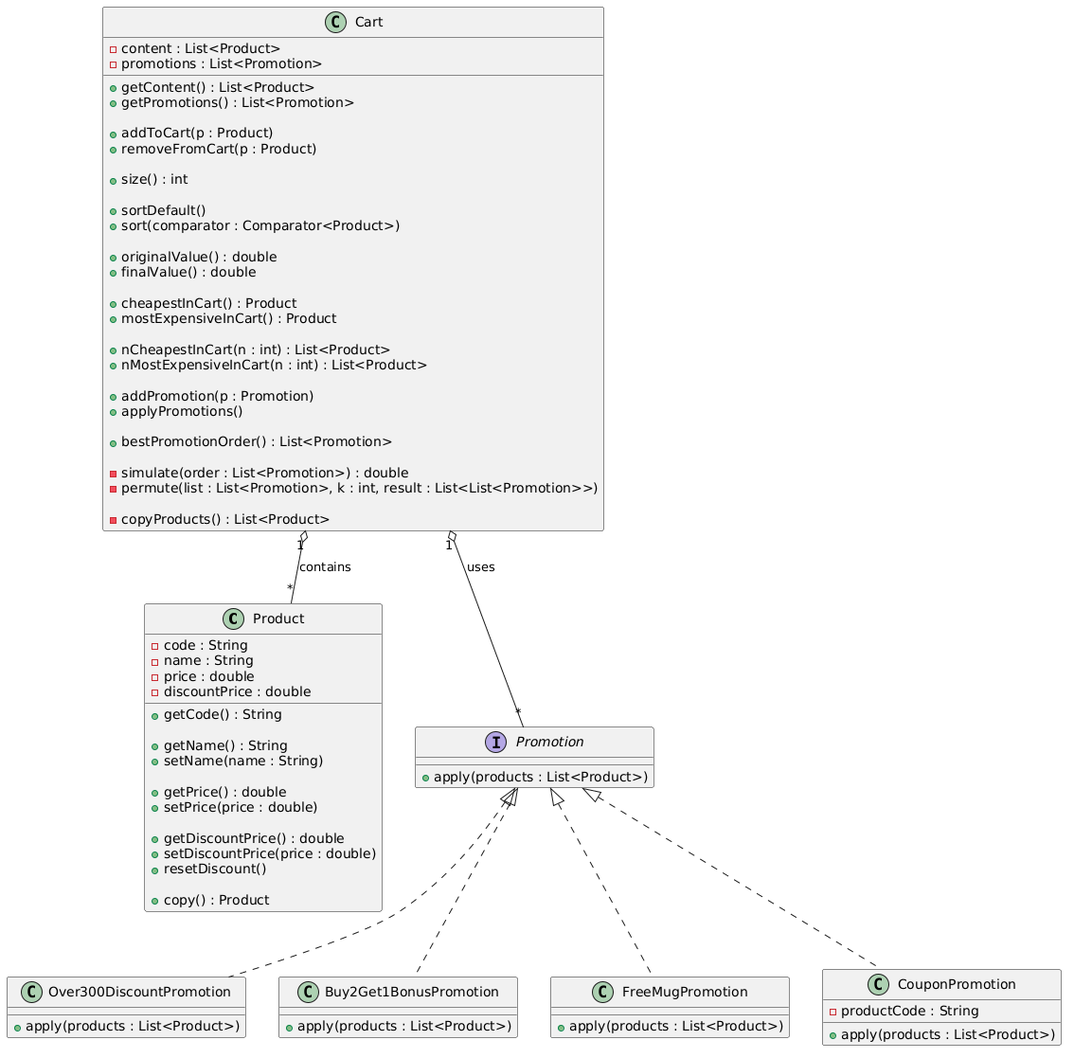
This is zad3/schemat.png from Uniwersytet-Gdanski-Dydaktyka/zadanie-03-koszyk-gr-1-nina-ven, a PlantUML export, as it was before one commit.
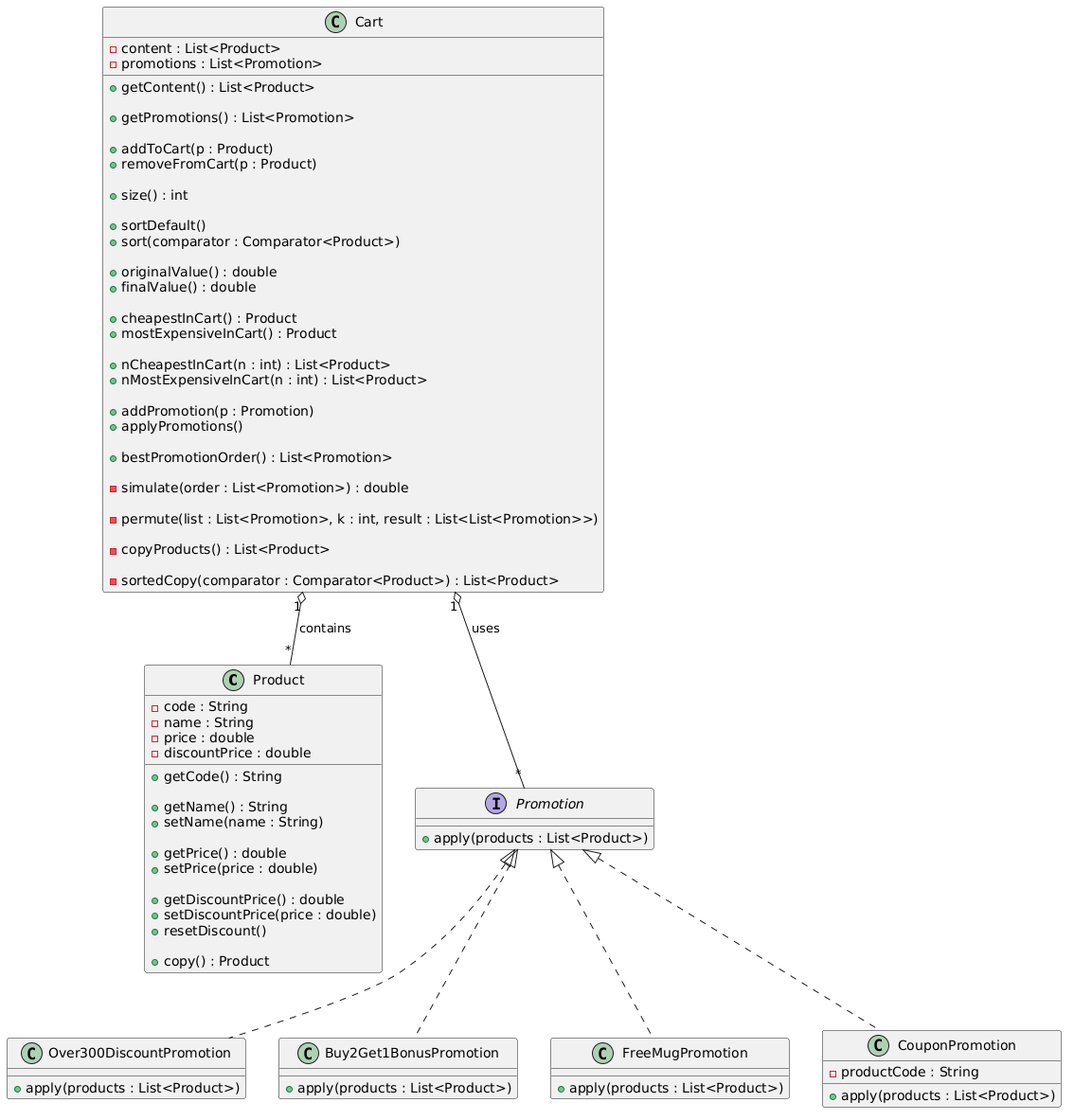
Later version of the same file.

Commit message:
small change in setDiscountPrice some tests for product and cart i forgot about and one function added to schemat which ive forgotten

The edit, as a diff of the source:
```diff
@@ -26,6 +26,7 @@
   - promotions : List<Promotion>
 
   + getContent() : List<Product>
+
   + getPromotions() : List<Promotion>
 
   + addToCart(p : Product)
@@ -51,9 +52,12 @@
   + bestPromotionOrder() : List<Promotion>
 
   - simulate(order : List<Promotion>) : double
+
   - permute(list : List<Promotion>, k : int, result : List<List<Promotion>>)
 
   - copyProducts() : List<Product>
+
+  - sortedCopy(comparator : Comparator<Product>) : List<Product>
 }
 
 interface Promotion {
```
